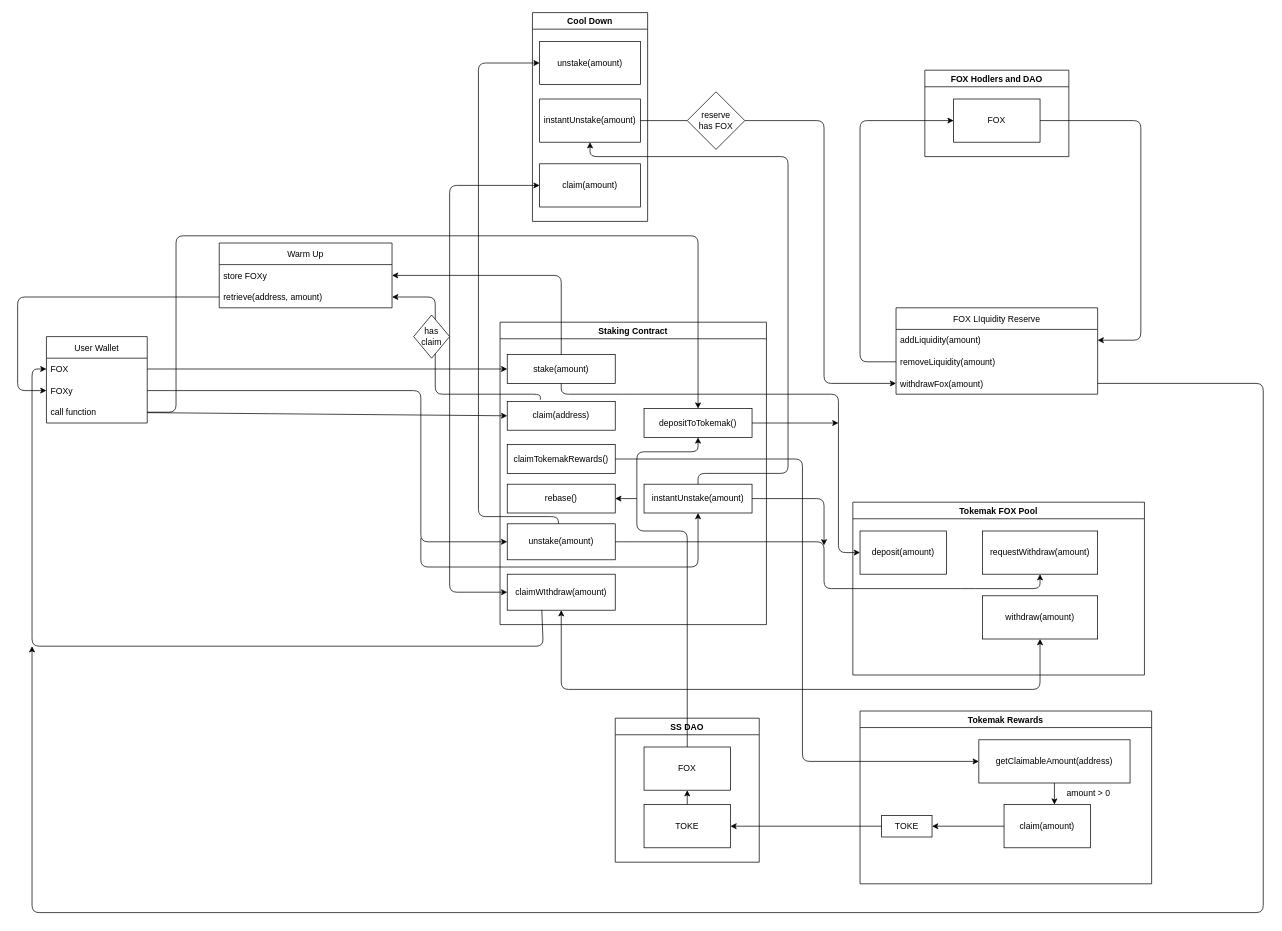
The draw.io diagram docs/images/foxy.drawio in shapeshift/yieldies, before the edit. Source tidied: cells renumbered, new cells numbered last; positions are measured from the earlier drawing's top-left corner, leaving out a move shared by most shapes. Both pictures are drawn from the tidied source at 72%, with x=0, y=0 at pixel (17, 12).
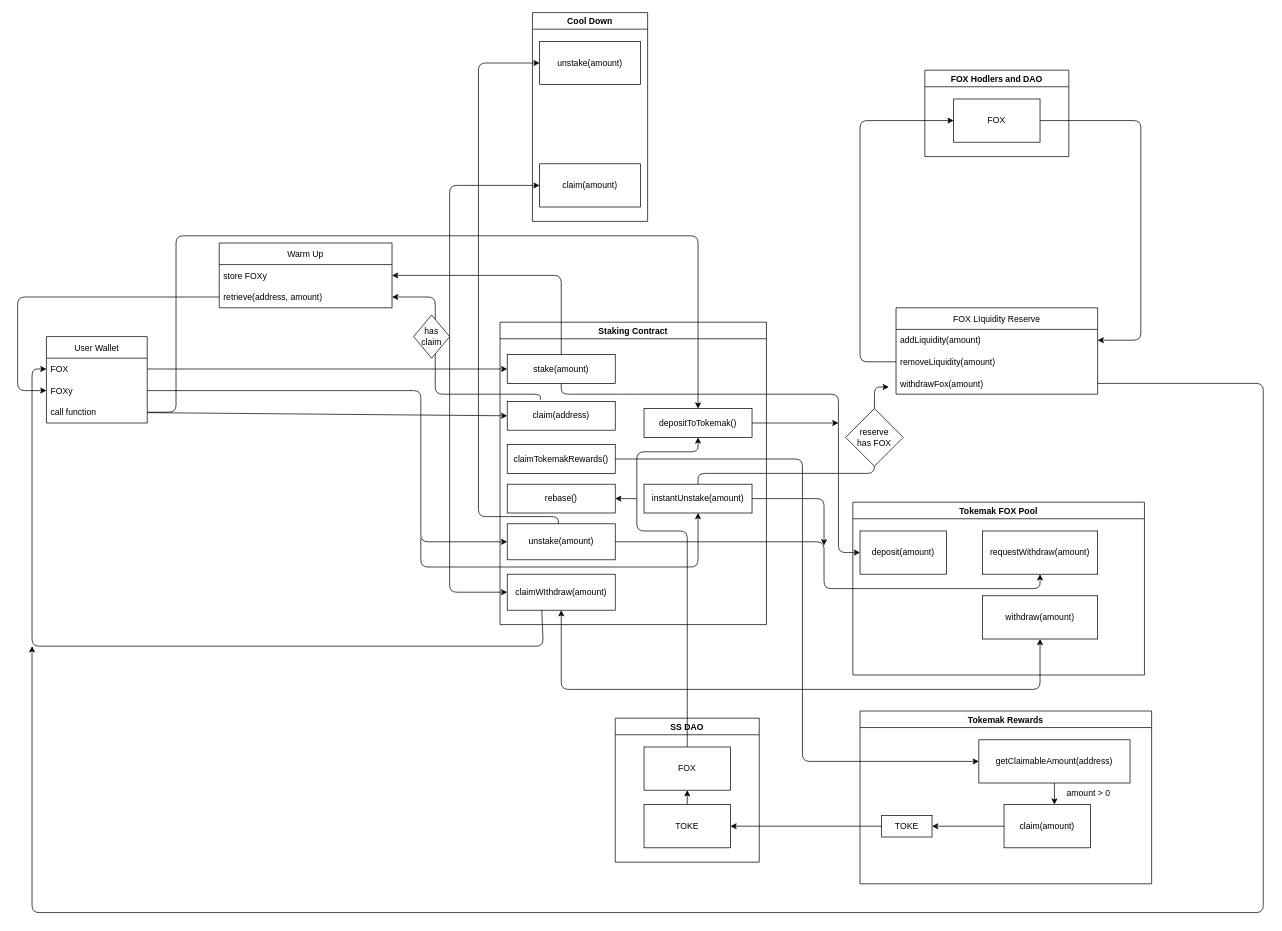
The same diagram, later.

Unchanged cells that the change refers to:
```xml
<mxCell id="9" value="instantUnstake(amount)" style="rounded=0;whiteSpace=wrap;html=1;" parent="2" vertex="1">
  <mxGeometry x="200" y="225" width="150" height="40" as="geometry" />
</mxCell>
<mxCell id="16" value="Cool Down" style="swimlane;" parent="1" vertex="1">
  <mxGeometry x="715" width="160" height="290" as="geometry" />
</mxCell>
<mxCell id="30" value="withdrawFox(amount)" style="text;strokeColor=none;fillColor=none;align=left;verticalAlign=middle;spacingLeft=4;spacingRight=4;overflow=hidden;points=[[0,0.5],[1,0.5]];portConstraint=eastwest;" parent="27" vertex="1">
  <mxGeometry y="90" width="280" height="30" as="geometry" />
</mxCell>
```

Diff of the diagram source:
```diff
@@
-    <mxCell id="18" value="instantUnstake(amount)" style="rounded=0;whiteSpace=wrap;html=1;" parent="16" vertex="1">
-      <mxGeometry x="10" y="120" width="140" height="60" as="geometry" />
-    </mxCell>
@@
-    <mxCell id="51" style="edgeStyle=none;html=1;entryX=0;entryY=0.5;entryDx=0;entryDy=0;" parent="1" edge="1" source="52" target="30">
-      <mxGeometry relative="1" as="geometry">
-        <Array as="points">
-          <mxPoint x="1120" y="150" />
-          <mxPoint x="1120" y="515" />
-        </Array>
-      </mxGeometry>
-    </mxCell>
-    <mxCell id="52" value="reserve&lt;br&gt;has FOX" style="rhombus;whiteSpace=wrap;html=1;" parent="1" vertex="1">
-      <mxGeometry x="930" y="110" width="80" height="80" as="geometry" />
-    </mxCell>
-    <mxCell id="53" style="edgeStyle=none;html=1;entryX=0;entryY=0.5;entryDx=0;entryDy=0;exitX=1;exitY=0.5;exitDx=0;exitDy=0;endArrow=none;" parent="1" edge="1" source="18" target="52">
-      <mxGeometry relative="1" as="geometry" />
-    </mxCell>
@@
-    <mxCell id="63" style="edgeStyle=none;html=1;entryX=0.5;entryY=1;entryDx=0;entryDy=0;" parent="1" edge="1" source="9" target="18">
-      <mxGeometry relative="1" as="geometry">
-        <Array as="points">
-          <mxPoint x="945" y="640" />
-          <mxPoint x="1070" y="640" />
-          <mxPoint x="1070" y="200" />
-          <mxPoint x="795" y="200" />
-        </Array>
-      </mxGeometry>
-    </mxCell>
@@
+    <mxCell id="71" style="edgeStyle=none;html=1;" parent="1" edge="1" source="9">
+      <mxGeometry relative="1" as="geometry">
+        <mxPoint x="1210" y="520" as="targetPoint" />
+        <Array as="points">
+          <mxPoint x="945" y="640" />
+          <mxPoint x="1190" y="640" />
+          <mxPoint x="1190" y="520" />
+        </Array>
+      </mxGeometry>
+    </mxCell>
+    <mxCell id="52" value="reserve&lt;br&gt;has FOX" style="rhombus;whiteSpace=wrap;html=1;" parent="1" vertex="1">
+      <mxGeometry x="1150" y="550" width="80" height="80" as="geometry" />
+    </mxCell>
```
